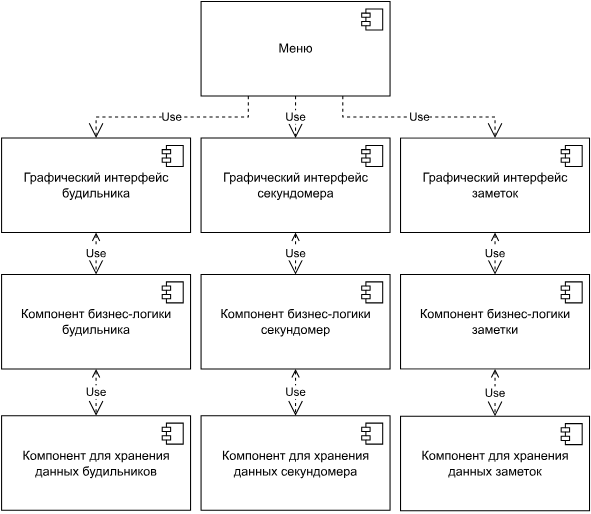
Earlier version of the draw.io export Изображения/Лаба-Схема компонентов.svg (izen57/PPO). Source tidied: cells renumbered, new cells last; positions are measured from the earlier drawing's top-left corner, leaving out a move shared by most shapes. Source of this version:
```xml
<mxGraphModel>
  <root>
    <mxCell id="0" />
    <mxCell id="1" parent="0" />
    <mxCell id="2" value="&lt;div&gt;Компонент для хранения&lt;/div&gt;&lt;div&gt;данных секундомера&lt;/div&gt;" style="html=1;" parent="1" vertex="1">
      <mxGeometry x="190" y="394.5" width="180" height="90" as="geometry" />
    </mxCell>
    <mxCell id="3" style="shape=module;jettyWidth=8;jettyHeight=4;" parent="2" vertex="1">
      <mxGeometry x="1" width="20" height="20" relative="1" as="geometry">
        <mxPoint x="-27" y="7" as="offset" />
      </mxGeometry>
    </mxCell>
    <mxCell id="4" value="&lt;div&gt;Графический интерфейс&lt;br&gt;&lt;/div&gt;секундомера" style="html=1;" parent="1" vertex="1">
      <mxGeometry x="190" y="130" width="180" height="90" as="geometry" />
    </mxCell>
    <mxCell id="5" style="shape=module;jettyWidth=8;jettyHeight=4;" parent="4" vertex="1">
      <mxGeometry x="1" width="20" height="20" relative="1" as="geometry">
        <mxPoint x="-27" y="7" as="offset" />
      </mxGeometry>
    </mxCell>
    <mxCell id="6" value="Use" style="endArrow=open;endSize=12;dashed=1;html=1;rounded=0;exitX=0.5;exitY=1;exitDx=0;exitDy=0;entryX=0.5;entryY=0;entryDx=0;entryDy=0;startArrow=open;startFill=0;edgeStyle=elbowEdgeStyle;elbow=vertical;" parent="1" edge="1" target="2">
      <mxGeometry relative="1" as="geometry">
        <mxPoint x="280" y="350" as="sourcePoint" />
      </mxGeometry>
    </mxCell>
    <mxCell id="7" value="Use" style="endArrow=open;endSize=12;dashed=1;html=1;rounded=0;exitX=0.5;exitY=1;exitDx=0;exitDy=0;entryX=0.5;entryY=0;entryDx=0;entryDy=0;startArrow=open;startFill=0;" parent="1" edge="1" source="4">
      <mxGeometry relative="1" as="geometry">
        <mxPoint x="280" y="260" as="targetPoint" />
      </mxGeometry>
    </mxCell>
    <mxCell id="8" value="&lt;div&gt;Компонент бизнес-логики&lt;/div&gt;&lt;div&gt;будильника&lt;/div&gt;" style="html=1;" parent="1" vertex="1">
      <mxGeometry y="260" width="180" height="90" as="geometry" />
    </mxCell>
    <mxCell id="9" style="shape=module;jettyWidth=8;jettyHeight=4;" parent="8" vertex="1">
      <mxGeometry x="1" width="20" height="20" relative="1" as="geometry">
        <mxPoint x="-27" y="7" as="offset" />
      </mxGeometry>
    </mxCell>
    <mxCell id="10" value="&lt;div&gt;Компонент бизнес-логики&lt;/div&gt;&lt;div&gt;секундомер&lt;/div&gt;" style="html=1;" parent="1" vertex="1">
      <mxGeometry x="190" y="260" width="180" height="90" as="geometry" />
    </mxCell>
    <mxCell id="11" style="shape=module;jettyWidth=8;jettyHeight=4;" parent="10" vertex="1">
      <mxGeometry x="1" width="20" height="20" relative="1" as="geometry">
        <mxPoint x="-27" y="7" as="offset" />
      </mxGeometry>
    </mxCell>
    <mxCell id="12" value="&lt;div&gt;Компонент бизнес-логики&lt;/div&gt;&lt;div&gt;заметки&lt;/div&gt;" style="html=1;" parent="1" vertex="1">
      <mxGeometry x="380" y="260" width="180" height="90" as="geometry" />
    </mxCell>
    <mxCell id="13" style="shape=module;jettyWidth=8;jettyHeight=4;" parent="12" vertex="1">
      <mxGeometry x="1" width="20" height="20" relative="1" as="geometry">
        <mxPoint x="-27" y="7" as="offset" />
      </mxGeometry>
    </mxCell>
    <mxCell id="14" value="Use" style="endArrow=open;endSize=12;dashed=1;html=1;rounded=0;exitX=0.5;exitY=1;exitDx=0;exitDy=0;entryX=0.5;entryY=0;entryDx=0;entryDy=0;startArrow=open;startFill=0;edgeStyle=elbowEdgeStyle;elbow=vertical;" parent="1" edge="1" source="24" target="8">
      <mxGeometry relative="1" as="geometry" />
    </mxCell>
    <mxCell id="15" value="Use" style="endArrow=open;endSize=12;dashed=1;html=1;rounded=0;exitX=0.5;exitY=1;exitDx=0;exitDy=0;entryX=0.5;entryY=0;entryDx=0;entryDy=0;startArrow=open;startFill=0;edgeStyle=elbowEdgeStyle;elbow=vertical;" parent="1" edge="1" source="22" target="12">
      <mxGeometry relative="1" as="geometry" />
    </mxCell>
    <mxCell id="16" value="Use" style="endArrow=open;endSize=12;dashed=1;html=1;rounded=0;exitX=0.5;exitY=1;exitDx=0;exitDy=0;entryX=0.5;entryY=0;entryDx=0;entryDy=0;startArrow=open;startFill=0;edgeStyle=elbowEdgeStyle;elbow=vertical;" parent="1" edge="1" source="8" target="20">
      <mxGeometry relative="1" as="geometry" />
    </mxCell>
    <mxCell id="17" value="Use" style="endArrow=open;endSize=12;dashed=1;html=1;rounded=0;exitX=0.5;exitY=1;exitDx=0;exitDy=0;startArrow=open;startFill=0;edgeStyle=elbowEdgeStyle;elbow=vertical;entryX=0.5;entryY=0;entryDx=0;entryDy=0;" parent="1" edge="1" source="12" target="18">
      <mxGeometry relative="1" as="geometry" />
    </mxCell>
    <mxCell id="18" value="&lt;div&gt;Компонент для хранения&lt;/div&gt;&lt;div&gt;данных заметок&lt;/div&gt;" style="html=1;" parent="1" vertex="1">
      <mxGeometry x="380" y="395" width="180" height="90" as="geometry" />
    </mxCell>
    <mxCell id="19" style="shape=module;jettyWidth=8;jettyHeight=4;" parent="18" vertex="1">
      <mxGeometry x="1" width="20" height="20" relative="1" as="geometry">
        <mxPoint x="-27" y="7" as="offset" />
      </mxGeometry>
    </mxCell>
    <mxCell id="20" value="&lt;div&gt;Компонент для хранения&lt;/div&gt;&lt;div&gt;данных будильников&lt;/div&gt;" style="html=1;" parent="1" vertex="1">
      <mxGeometry y="394.5" width="180" height="90" as="geometry" />
    </mxCell>
    <mxCell id="21" style="shape=module;jettyWidth=8;jettyHeight=4;" parent="20" vertex="1">
      <mxGeometry x="1" width="20" height="20" relative="1" as="geometry">
        <mxPoint x="-27" y="7" as="offset" />
      </mxGeometry>
    </mxCell>
    <mxCell id="22" value="&lt;div&gt;Графический интерфейс&lt;/div&gt;заметок" style="html=1;" parent="1" vertex="1">
      <mxGeometry x="380" y="130" width="180" height="90" as="geometry" />
    </mxCell>
    <mxCell id="23" style="shape=module;jettyWidth=8;jettyHeight=4;" parent="22" vertex="1">
      <mxGeometry x="1" width="20" height="20" relative="1" as="geometry">
        <mxPoint x="-27" y="7" as="offset" />
      </mxGeometry>
    </mxCell>
    <mxCell id="24" value="&lt;div&gt;Графический интерфейс&lt;/div&gt;&lt;div&gt;будильника&lt;br&gt;&lt;/div&gt;" style="html=1;" parent="1" vertex="1">
      <mxGeometry y="130" width="180" height="90" as="geometry" />
    </mxCell>
    <mxCell id="25" style="shape=module;jettyWidth=8;jettyHeight=4;" parent="24" vertex="1">
      <mxGeometry x="1" width="20" height="20" relative="1" as="geometry">
        <mxPoint x="-27" y="7" as="offset" />
      </mxGeometry>
    </mxCell>
    <mxCell id="26" value="Меню" style="html=1;" parent="1" vertex="1">
      <mxGeometry x="190" width="180" height="90" as="geometry" />
    </mxCell>
    <mxCell id="27" style="shape=module;jettyWidth=8;jettyHeight=4;" parent="26" vertex="1">
      <mxGeometry x="1" width="20" height="20" relative="1" as="geometry">
        <mxPoint x="-27" y="7" as="offset" />
      </mxGeometry>
    </mxCell>
    <mxCell id="28" value="Use" style="endArrow=open;endSize=12;dashed=1;html=1;rounded=0;exitX=0.25;exitY=1;exitDx=0;exitDy=0;entryX=0.5;entryY=0;entryDx=0;entryDy=0;startArrow=none;startFill=0;edgeStyle=elbowEdgeStyle;elbow=vertical;" parent="1" edge="1" source="26" target="24">
      <mxGeometry relative="1" as="geometry" />
    </mxCell>
    <mxCell id="29" value="Use" style="endArrow=open;endSize=12;dashed=1;html=1;rounded=0;exitX=0.5;exitY=1;exitDx=0;exitDy=0;entryX=0.5;entryY=0;entryDx=0;entryDy=0;startArrow=none;startFill=0;edgeStyle=elbowEdgeStyle;elbow=vertical;" parent="1" edge="1" source="26" target="4">
      <mxGeometry relative="1" as="geometry" />
    </mxCell>
    <mxCell id="30" value="Use" style="endArrow=open;endSize=12;dashed=1;html=1;rounded=0;exitX=0.75;exitY=1;exitDx=0;exitDy=0;entryX=0.5;entryY=0;entryDx=0;entryDy=0;startArrow=none;startFill=0;edgeStyle=elbowEdgeStyle;elbow=vertical;" parent="1" edge="1" source="26" target="22">
      <mxGeometry relative="1" as="geometry" />
    </mxCell>
  </root>
</mxGraphModel>
```
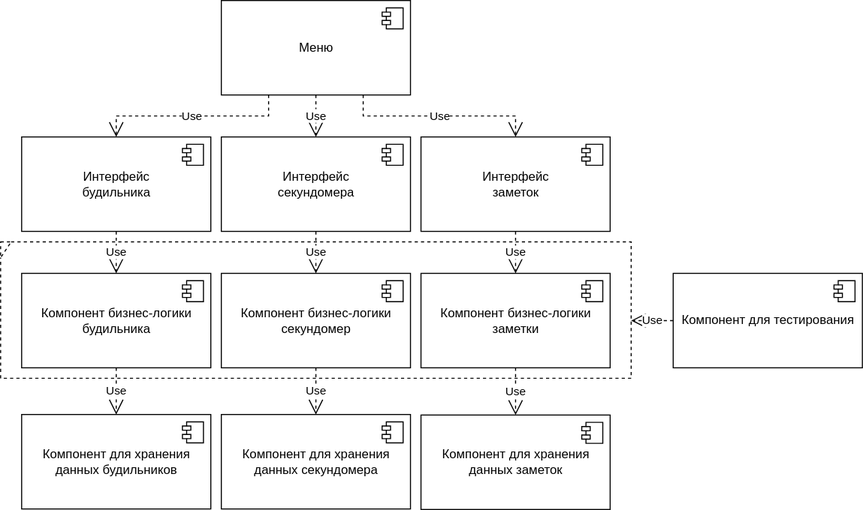
The same file after the commit.

What changed in the source:
```diff
@@ -10,7 +10,7 @@
         <mxPoint x="-27" y="7" as="offset" />
       </mxGeometry>
     </mxCell>
-    <mxCell id="4" value="&lt;div&gt;Графический интерфейс&lt;br&gt;&lt;/div&gt;секундомера" style="html=1;" parent="1" vertex="1">
+    <mxCell id="4" value="&lt;div&gt;Интерфейс&lt;br&gt;&lt;/div&gt;секундомера" style="html=1;" parent="1" vertex="1">
       <mxGeometry x="190" y="130" width="180" height="90" as="geometry" />
     </mxCell>
     <mxCell id="5" style="shape=module;jettyWidth=8;jettyHeight=4;" parent="4" vertex="1">
@@ -18,12 +18,12 @@
         <mxPoint x="-27" y="7" as="offset" />
       </mxGeometry>
     </mxCell>
-    <mxCell id="6" value="Use" style="endArrow=open;endSize=12;dashed=1;html=1;rounded=0;exitX=0.5;exitY=1;exitDx=0;exitDy=0;entryX=0.5;entryY=0;entryDx=0;entryDy=0;startArrow=open;startFill=0;edgeStyle=elbowEdgeStyle;elbow=vertical;" parent="1" edge="1" target="2">
+    <mxCell id="6" value="Use" style="endArrow=open;endSize=12;dashed=1;html=1;rounded=0;exitX=0.5;exitY=1;exitDx=0;exitDy=0;entryX=0.5;entryY=0;entryDx=0;entryDy=0;startArrow=none;startFill=0;edgeStyle=elbowEdgeStyle;elbow=vertical;" parent="1" edge="1" target="2">
       <mxGeometry relative="1" as="geometry">
         <mxPoint x="280" y="350" as="sourcePoint" />
       </mxGeometry>
     </mxCell>
-    <mxCell id="7" value="Use" style="endArrow=open;endSize=12;dashed=1;html=1;rounded=0;exitX=0.5;exitY=1;exitDx=0;exitDy=0;entryX=0.5;entryY=0;entryDx=0;entryDy=0;startArrow=open;startFill=0;" parent="1" edge="1" source="4">
+    <mxCell id="7" value="Use" style="endArrow=open;endSize=12;dashed=1;html=1;rounded=0;exitX=0.5;exitY=1;exitDx=0;exitDy=0;entryX=0.5;entryY=0;entryDx=0;entryDy=0;startArrow=none;startFill=0;" parent="1" edge="1" source="4">
       <mxGeometry relative="1" as="geometry">
         <mxPoint x="280" y="260" as="targetPoint" />
       </mxGeometry>
@@ -52,16 +52,16 @@
         <mxPoint x="-27" y="7" as="offset" />
       </mxGeometry>
     </mxCell>
-    <mxCell id="14" value="Use" style="endArrow=open;endSize=12;dashed=1;html=1;rounded=0;exitX=0.5;exitY=1;exitDx=0;exitDy=0;entryX=0.5;entryY=0;entryDx=0;entryDy=0;startArrow=open;startFill=0;edgeStyle=elbowEdgeStyle;elbow=vertical;" parent="1" edge="1" source="24" target="8">
+    <mxCell id="14" value="Use" style="endArrow=open;endSize=12;dashed=1;html=1;rounded=0;exitX=0.5;exitY=1;exitDx=0;exitDy=0;entryX=0.5;entryY=0;entryDx=0;entryDy=0;startArrow=none;startFill=0;edgeStyle=elbowEdgeStyle;elbow=vertical;" parent="1" edge="1" source="24" target="8">
       <mxGeometry relative="1" as="geometry" />
     </mxCell>
-    <mxCell id="15" value="Use" style="endArrow=open;endSize=12;dashed=1;html=1;rounded=0;exitX=0.5;exitY=1;exitDx=0;exitDy=0;entryX=0.5;entryY=0;entryDx=0;entryDy=0;startArrow=open;startFill=0;edgeStyle=elbowEdgeStyle;elbow=vertical;" parent="1" edge="1" source="22" target="12">
+    <mxCell id="15" value="Use" style="endArrow=open;endSize=12;dashed=1;html=1;rounded=0;exitX=0.5;exitY=1;exitDx=0;exitDy=0;entryX=0.5;entryY=0;entryDx=0;entryDy=0;startArrow=none;startFill=0;edgeStyle=elbowEdgeStyle;elbow=vertical;" parent="1" edge="1" source="22" target="12">
       <mxGeometry relative="1" as="geometry" />
     </mxCell>
-    <mxCell id="16" value="Use" style="endArrow=open;endSize=12;dashed=1;html=1;rounded=0;exitX=0.5;exitY=1;exitDx=0;exitDy=0;entryX=0.5;entryY=0;entryDx=0;entryDy=0;startArrow=open;startFill=0;edgeStyle=elbowEdgeStyle;elbow=vertical;" parent="1" edge="1" source="8" target="20">
+    <mxCell id="16" value="Use" style="endArrow=open;endSize=12;dashed=1;html=1;rounded=0;exitX=0.5;exitY=1;exitDx=0;exitDy=0;entryX=0.5;entryY=0;entryDx=0;entryDy=0;startArrow=none;startFill=0;edgeStyle=elbowEdgeStyle;elbow=vertical;endFill=0;" parent="1" edge="1" source="8" target="20">
       <mxGeometry relative="1" as="geometry" />
     </mxCell>
-    <mxCell id="17" value="Use" style="endArrow=open;endSize=12;dashed=1;html=1;rounded=0;exitX=0.5;exitY=1;exitDx=0;exitDy=0;startArrow=open;startFill=0;edgeStyle=elbowEdgeStyle;elbow=vertical;entryX=0.5;entryY=0;entryDx=0;entryDy=0;" parent="1" edge="1" source="12" target="18">
+    <mxCell id="17" value="Use" style="endArrow=open;endSize=12;dashed=1;html=1;rounded=0;exitX=0.5;exitY=1;exitDx=0;exitDy=0;startArrow=none;startFill=0;edgeStyle=elbowEdgeStyle;elbow=vertical;entryX=0.5;entryY=0;entryDx=0;entryDy=0;" parent="1" edge="1" source="12" target="18">
       <mxGeometry relative="1" as="geometry" />
     </mxCell>
     <mxCell id="18" value="&lt;div&gt;Компонент для хранения&lt;/div&gt;&lt;div&gt;данных заметок&lt;/div&gt;" style="html=1;" parent="1" vertex="1">
@@ -80,7 +80,7 @@
         <mxPoint x="-27" y="7" as="offset" />
       </mxGeometry>
     </mxCell>
-    <mxCell id="22" value="&lt;div&gt;Графический интерфейс&lt;/div&gt;заметок" style="html=1;" parent="1" vertex="1">
+    <mxCell id="22" value="&lt;div&gt;Интерфейс&lt;/div&gt;заметок" style="html=1;" parent="1" vertex="1">
       <mxGeometry x="380" y="130" width="180" height="90" as="geometry" />
     </mxCell>
     <mxCell id="23" style="shape=module;jettyWidth=8;jettyHeight=4;" parent="22" vertex="1">
@@ -88,7 +88,7 @@
         <mxPoint x="-27" y="7" as="offset" />
       </mxGeometry>
     </mxCell>
-    <mxCell id="24" value="&lt;div&gt;Графический интерфейс&lt;/div&gt;&lt;div&gt;будильника&lt;br&gt;&lt;/div&gt;" style="html=1;" parent="1" vertex="1">
+    <mxCell id="24" value="&lt;div&gt;Интерфейс&lt;/div&gt;&lt;div&gt;будильника&lt;br&gt;&lt;/div&gt;" style="html=1;" parent="1" vertex="1">
       <mxGeometry y="130" width="180" height="90" as="geometry" />
     </mxCell>
     <mxCell id="25" style="shape=module;jettyWidth=8;jettyHeight=4;" parent="24" vertex="1">
@@ -113,5 +113,19 @@
     <mxCell id="30" value="Use" style="endArrow=open;endSize=12;dashed=1;html=1;rounded=0;exitX=0.75;exitY=1;exitDx=0;exitDy=0;entryX=0.5;entryY=0;entryDx=0;entryDy=0;startArrow=none;startFill=0;edgeStyle=elbowEdgeStyle;elbow=vertical;" parent="1" edge="1" source="26" target="22">
       <mxGeometry relative="1" as="geometry" />
     </mxCell>
+    <mxCell id="31" style="shape=umlFrame;whiteSpace=wrap;html=1;width=10;height=15;dashed=1;" parent="1" vertex="1">
+      <mxGeometry x="-20" y="230" width="600" height="130" as="geometry" />
+    </mxCell>
+    <mxCell id="32" value="Компонент для тестирования" style="html=1;" parent="1" vertex="1">
+      <mxGeometry x="620" y="260" width="180" height="90" as="geometry" />
+    </mxCell>
+    <mxCell id="33" style="shape=module;jettyWidth=8;jettyHeight=4;" parent="32" vertex="1">
+      <mxGeometry x="1" width="20" height="20" relative="1" as="geometry">
+        <mxPoint x="-27" y="7" as="offset" />
+      </mxGeometry>
+    </mxCell>
+    <mxCell id="34" value="Use" style="endArrow=open;endSize=12;dashed=1;html=1;rounded=0;exitX=0;exitY=0.5;exitDx=0;exitDy=0;startArrow=none;startFill=0;edgeStyle=elbowEdgeStyle;elbow=vertical;" parent="1" edge="1" source="32" target="31">
+      <mxGeometry relative="1" as="geometry" />
+    </mxCell>
   </root>
 </mxGraphModel>
```
